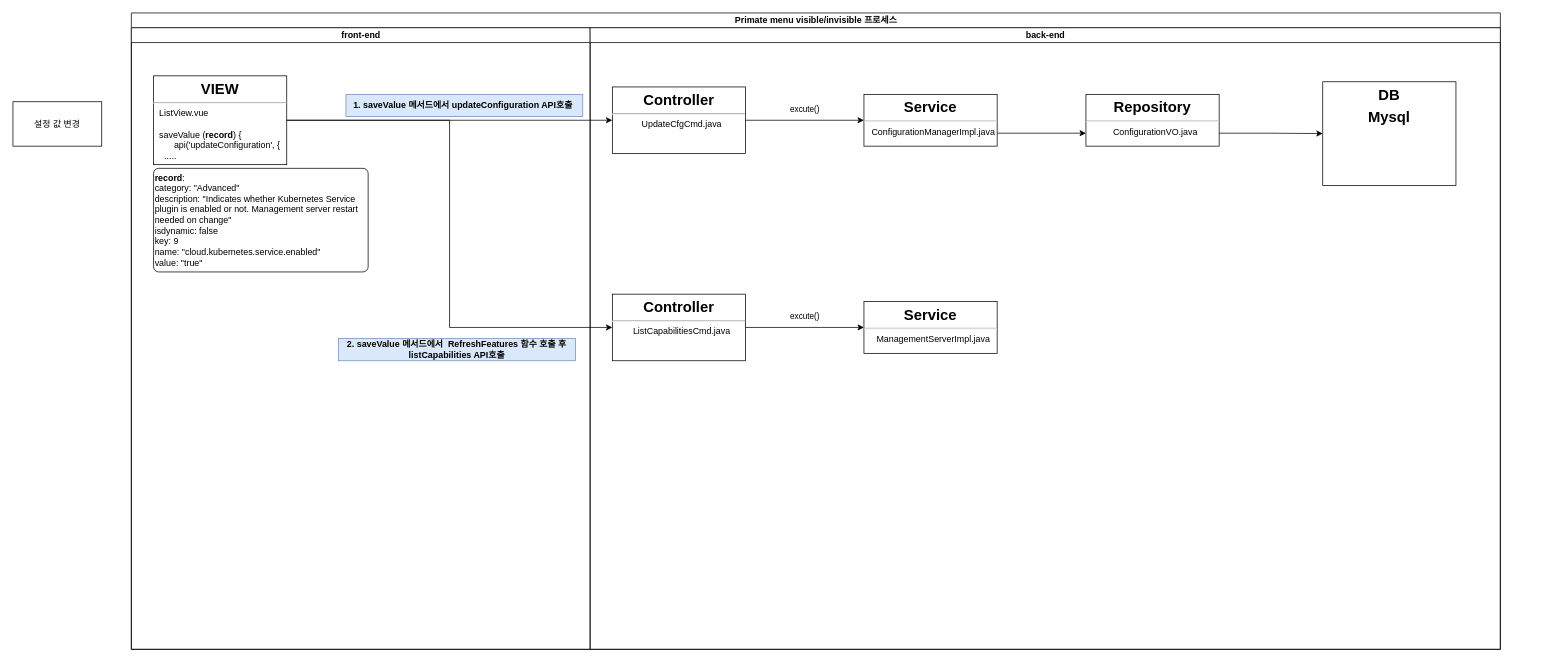
Earlier version of the draw.io diagram page "페이지-2" (2 of 2) of kuber메뉴.drawio (stardom3645/wiki). Source tidied: cells renumbered, new cells numbered last; positions are measured from the earlier drawing's top-left corner, leaving out a move shared by most shapes. Both pictures are drawn from the tidied source at 74%, with x=0, y=0 at pixel (13, 13).
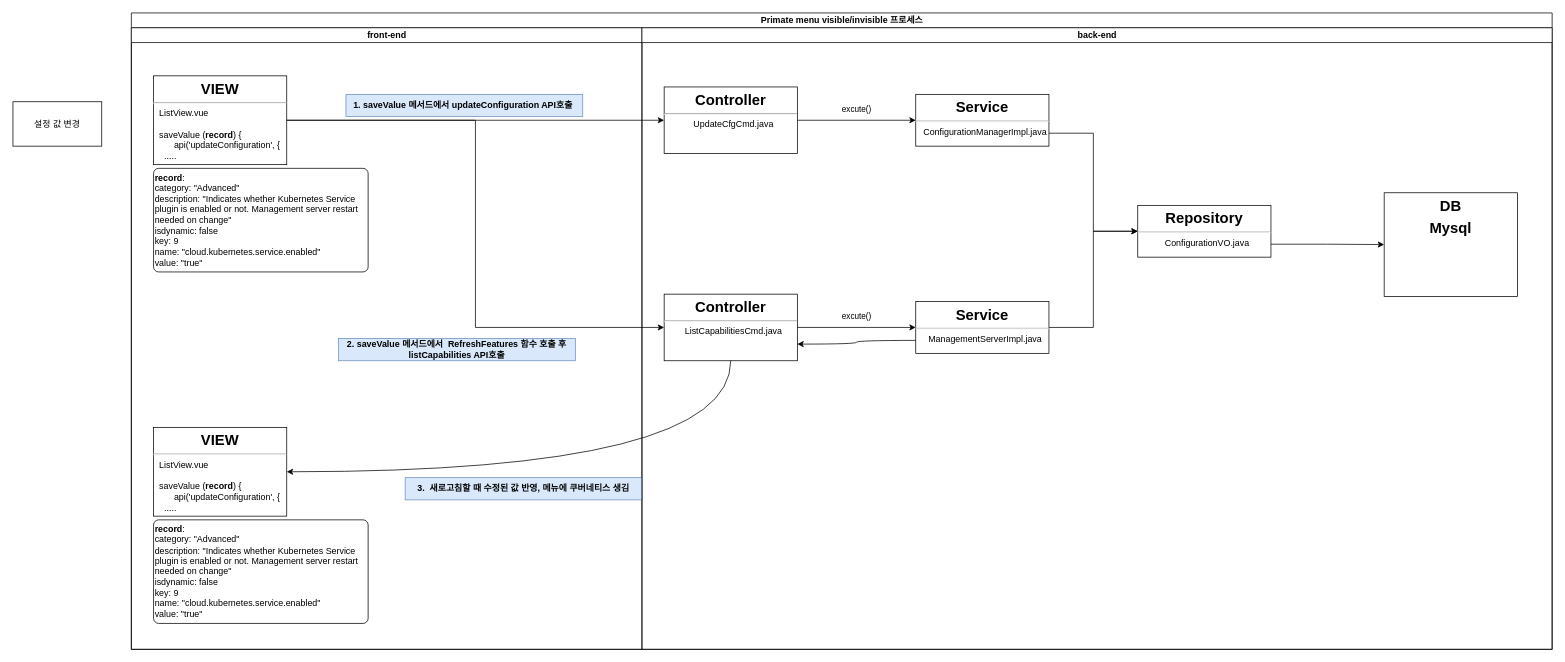
The same diagram, later.

Commit message:
kuber메뉴.drawio 업데이트

Unchanged cells that the change refers to:
```xml
<mxCell id="11" value="&lt;p style=&quot;margin: 6px 0px 0px&quot;&gt;&lt;b&gt;&lt;font style=&quot;font-size: 20px&quot;&gt;Service&lt;/font&gt;&lt;/b&gt;&lt;/p&gt;&lt;hr&gt;&lt;p style=&quot;margin: 0px ; margin-left: 8px&quot;&gt;ConfigurationManagerImpl.java&lt;/p&gt;" style="align=center;overflow=fill;html=1;" parent="9" vertex="1">
  <mxGeometry x="370" y="90" width="180" height="70" as="geometry" />
</mxCell>
<mxCell id="16" value="&lt;p style=&quot;margin: 6px 0px 0px&quot;&gt;&lt;b&gt;&lt;font style=&quot;font-size: 20px&quot;&gt;Controller&lt;/font&gt;&lt;/b&gt;&lt;/p&gt;&lt;hr&gt;&lt;p style=&quot;margin: 0px ; margin-left: 8px&quot;&gt;&lt;span&gt;ListCapabilitiesCmd.java&lt;/span&gt;&lt;br&gt;&lt;/p&gt;" style="align=center;overflow=fill;html=1;" parent="9" vertex="1">
  <mxGeometry x="30" y="360" width="180" height="90" as="geometry" />
</mxCell>
<mxCell id="17" value="&lt;p style=&quot;margin: 6px 0px 0px&quot;&gt;&lt;b&gt;&lt;font style=&quot;font-size: 20px&quot;&gt;Service&lt;/font&gt;&lt;/b&gt;&lt;/p&gt;&lt;hr&gt;&lt;p style=&quot;margin: 0px ; margin-left: 8px&quot;&gt;&lt;span&gt;ManagementServerImpl.java&lt;/span&gt;&lt;br&gt;&lt;/p&gt;" style="align=center;overflow=fill;html=1;" parent="9" vertex="1">
  <mxGeometry x="370" y="370" width="180" height="70" as="geometry" />
</mxCell>
```

Diff of the diagram source:
```diff
@@
     <mxCell id="2" value="Primate menu visible/invisible 프로세스" style="swimlane;html=1;startSize=20;verticalAlign=middle;" parent="1" vertex="1">
-      <mxGeometry x="160" width="1850" height="860" as="geometry" />
+      <mxGeometry x="160" width="1920" height="860" as="geometry" />
     </mxCell>
     <mxCell id="3" value="front-end" style="swimlane;html=1;startSize=20;" parent="2" vertex="1">
-      <mxGeometry y="20" width="620" height="840" as="geometry" />
+      <mxGeometry y="20" width="690" height="840" as="geometry" />
     </mxCell>
@@
+    <mxCell id="22" value="&lt;p style=&quot;margin: 0px ; margin-top: 6px ; text-align: center&quot;&gt;&lt;b&gt;&lt;font style=&quot;font-size: 20px&quot;&gt;VIEW&lt;/font&gt;&lt;/b&gt;&lt;/p&gt;&lt;hr&gt;&lt;p style=&quot;margin: 0px ; margin-left: 8px&quot;&gt;&lt;span style=&quot;text-align: center&quot;&gt;ListView.vue&lt;/span&gt;&lt;br&gt;&lt;/p&gt;&lt;p style=&quot;margin: 0px ; margin-left: 8px&quot;&gt;&lt;br&gt;&lt;/p&gt;&lt;p style=&quot;margin: 0px ; margin-left: 8px&quot;&gt;saveValue (&lt;b&gt;record&lt;/b&gt;) {&lt;/p&gt;&lt;p style=&quot;margin: 0px ; margin-left: 8px&quot;&gt;&amp;nbsp; &amp;nbsp; &amp;nbsp; api('updateConfiguration', {&lt;/p&gt;&lt;p style=&quot;margin: 0px ; margin-left: 8px&quot;&gt;&amp;nbsp; .....&lt;/p&gt;" style="align=left;overflow=fill;html=1;" parent="3" vertex="1">
+      <mxGeometry x="30" y="540" width="180" height="120" as="geometry" />
+    </mxCell>
+    <mxCell id="23" value="&lt;div&gt;&lt;font style=&quot;font-size: 12px&quot;&gt;&lt;b&gt;record&lt;/b&gt;:&lt;/font&gt;&lt;/div&gt;&lt;div&gt;&lt;font style=&quot;font-size: 12px&quot;&gt;category: &quot;Advanced&quot;&lt;/font&gt;&lt;/div&gt;&lt;div&gt;&lt;font style=&quot;font-size: 12px&quot;&gt;description: &quot;Indicates whether Kubernetes Service plugin is enabled or not. Management server restart needed on change&quot;&lt;/font&gt;&lt;/div&gt;&lt;div&gt;&lt;font style=&quot;font-size: 12px&quot;&gt;isdynamic: false&lt;/font&gt;&lt;/div&gt;&lt;div&gt;&lt;font style=&quot;font-size: 12px&quot;&gt;key: 9&lt;/font&gt;&lt;/div&gt;&lt;div&gt;&lt;font style=&quot;font-size: 12px&quot;&gt;name: &quot;cloud.kubernetes.service.enabled&quot;&lt;/font&gt;&lt;/div&gt;&lt;div&gt;&lt;font style=&quot;font-size: 12px&quot;&gt;value: &quot;true&quot;&lt;/font&gt;&lt;/div&gt;" style="rounded=1;whiteSpace=wrap;html=1;strokeColor=#000000;align=left;arcSize=5;" parent="3" vertex="1">
+      <mxGeometry x="30" y="665" width="290" height="140" as="geometry" />
+    </mxCell>
+    <mxCell id="24" value="&lt;span style=&quot;text-align: left&quot;&gt;3.&amp;nbsp; 새로고침할 때 수정된 값 반영, 메뉴에 쿠버네티스 생김&lt;/span&gt;" style="text;html=1;strokeColor=#6c8ebf;fillColor=#dae8fc;align=center;verticalAlign=middle;whiteSpace=wrap;rounded=0;fontStyle=1;" parent="3" vertex="1">
+      <mxGeometry x="370" y="608" width="320" height="30" as="geometry" />
+    </mxCell>
@@
     <mxCell id="9" value="back-end" style="swimlane;html=1;startSize=20;" parent="2" vertex="1">
-      <mxGeometry x="620" y="20" width="1230" height="840" as="geometry" />
+      <mxGeometry x="690" y="20" width="1230" height="840" as="geometry" />
     </mxCell>
@@
     <mxCell id="13" value="&lt;p style=&quot;margin: 6px 0px 0px&quot;&gt;&lt;b&gt;&lt;font style=&quot;font-size: 20px&quot;&gt;Repository&lt;/font&gt;&lt;/b&gt;&lt;/p&gt;&lt;hr&gt;&lt;p style=&quot;margin: 0px ; margin-left: 8px&quot;&gt;ConfigurationVO.java&lt;/p&gt;" style="align=center;overflow=fill;html=1;" parent="9" vertex="1">
-      <mxGeometry x="670" y="90" width="180" height="70" as="geometry" />
+      <mxGeometry x="670" y="240" width="180" height="70" as="geometry" />
     </mxCell>
-    <mxCell id="14" style="edgeStyle=orthogonalEdgeStyle;rounded=0;jettySize=auto;html=1;exitX=1;exitY=0.75;exitDx=0;exitDy=0;entryX=0;entryY=0.75;entryDx=0;entryDy=0;align=center;" parent="9" edge="1" source="11" target="13">
+    <mxCell id="14" style="edgeStyle=orthogonalEdgeStyle;rounded=0;jettySize=auto;html=1;exitX=1;exitY=0.75;exitDx=0;exitDy=0;entryX=0;entryY=0.5;entryDx=0;entryDy=0;align=center;" parent="9" edge="1" source="11" target="13">
       <mxGeometry relative="1" as="geometry" />
     </mxCell>
     <mxCell id="15" value="&lt;p style=&quot;margin: 6px 0px 0px; text-align: center; font-size: 20px;&quot;&gt;&lt;b style=&quot;font-size: 20px;&quot;&gt;DB&lt;/b&gt;&lt;/p&gt;&lt;p style=&quot;margin: 6px 0px 0px; text-align: center; font-size: 20px;&quot;&gt;&lt;b style=&quot;font-size: 20px;&quot;&gt;Mysql&lt;/b&gt;&lt;/p&gt;" style="align=left;overflow=fill;html=1;fontSize=20;" parent="9" vertex="1">
-      <mxGeometry x="990" y="73" width="180" height="140" as="geometry" />
+      <mxGeometry x="1003" y="223" width="180" height="140" as="geometry" />
     </mxCell>
@@
+    <mxCell id="25" style="edgeStyle=orthogonalEdgeStyle;rounded=0;jettySize=auto;html=1;exitX=1;exitY=0.5;exitDx=0;exitDy=0;entryX=0;entryY=0.5;entryDx=0;entryDy=0;" parent="9" edge="1" source="17" target="13">
+      <mxGeometry relative="1" as="geometry" />
+    </mxCell>
+    <mxCell id="26" style="edgeStyle=orthogonalEdgeStyle;jettySize=auto;html=1;exitX=0;exitY=0.75;exitDx=0;exitDy=0;entryX=1;entryY=0.75;entryDx=0;entryDy=0;curved=1;" parent="9" edge="1" source="17" target="16">
+      <mxGeometry relative="1" as="geometry" />
+    </mxCell>
@@
+    <mxCell id="27" style="edgeStyle=orthogonalEdgeStyle;curved=1;jettySize=auto;html=1;exitX=0.5;exitY=1;exitDx=0;exitDy=0;entryX=1;entryY=0.5;entryDx=0;entryDy=0;" parent="2" edge="1" source="16" target="22">
+      <mxGeometry relative="1" as="geometry" />
+    </mxCell>
```
